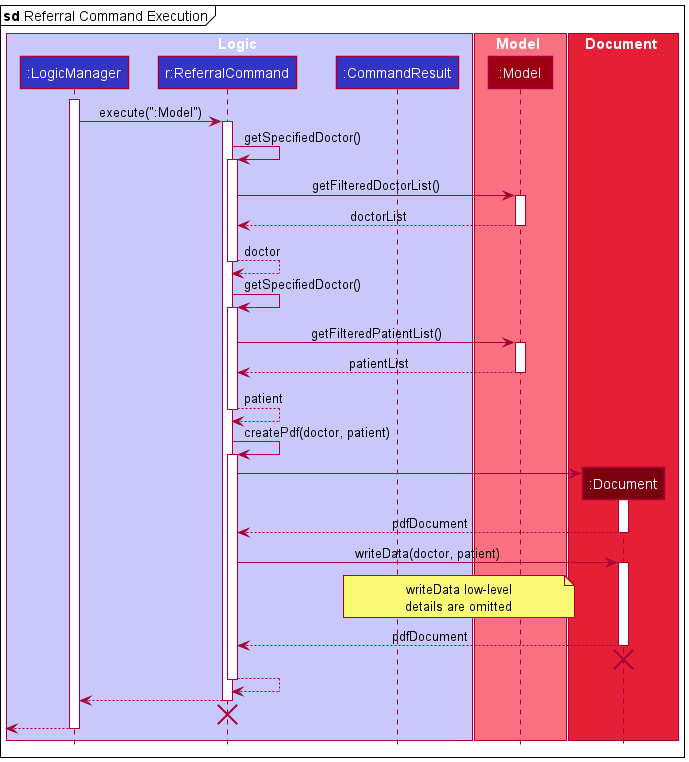
This is docs/images/referral/ReferralCommandExecution.png from simonjulianl/tp, a PlantUML export, as it was before one commit.
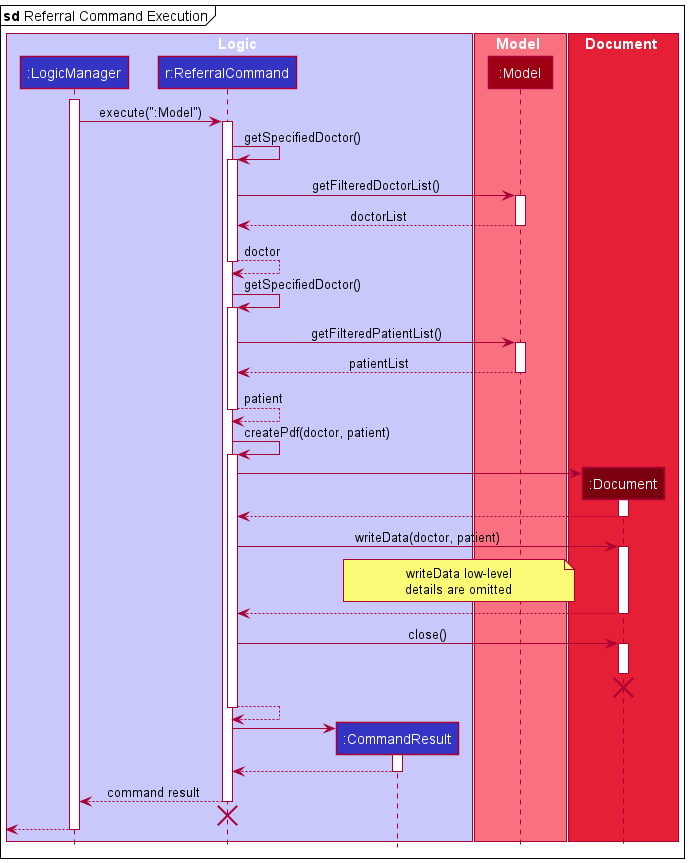
Above is the later version.

Commit message:
Add slight improvement to generate referral feature in dg

Diff of the diagram source:
```diff
@@ -44,7 +44,7 @@
 create Document
 ReferralCommand -> Document
 activate Document
-return pdfDocument
+return
 
 ReferralCommand -> Document: writeData(doctor, patient)
 
@@ -54,13 +54,22 @@
 end note
 
 activate Document
-return pdfDocument
+return
+
+ReferralCommand -> Document : close()
+activate Document
+deactivate Document
 
 ReferralCommand -[hidden]-> Document
 destroy Document
 return
 
+create CommandResult
+ReferralCommand -> CommandResult
+activate CommandResult
 return
+
+return command result
 
 LogicManager -[hidden]-> ReferralCommand
 destroy ReferralCommand
```
